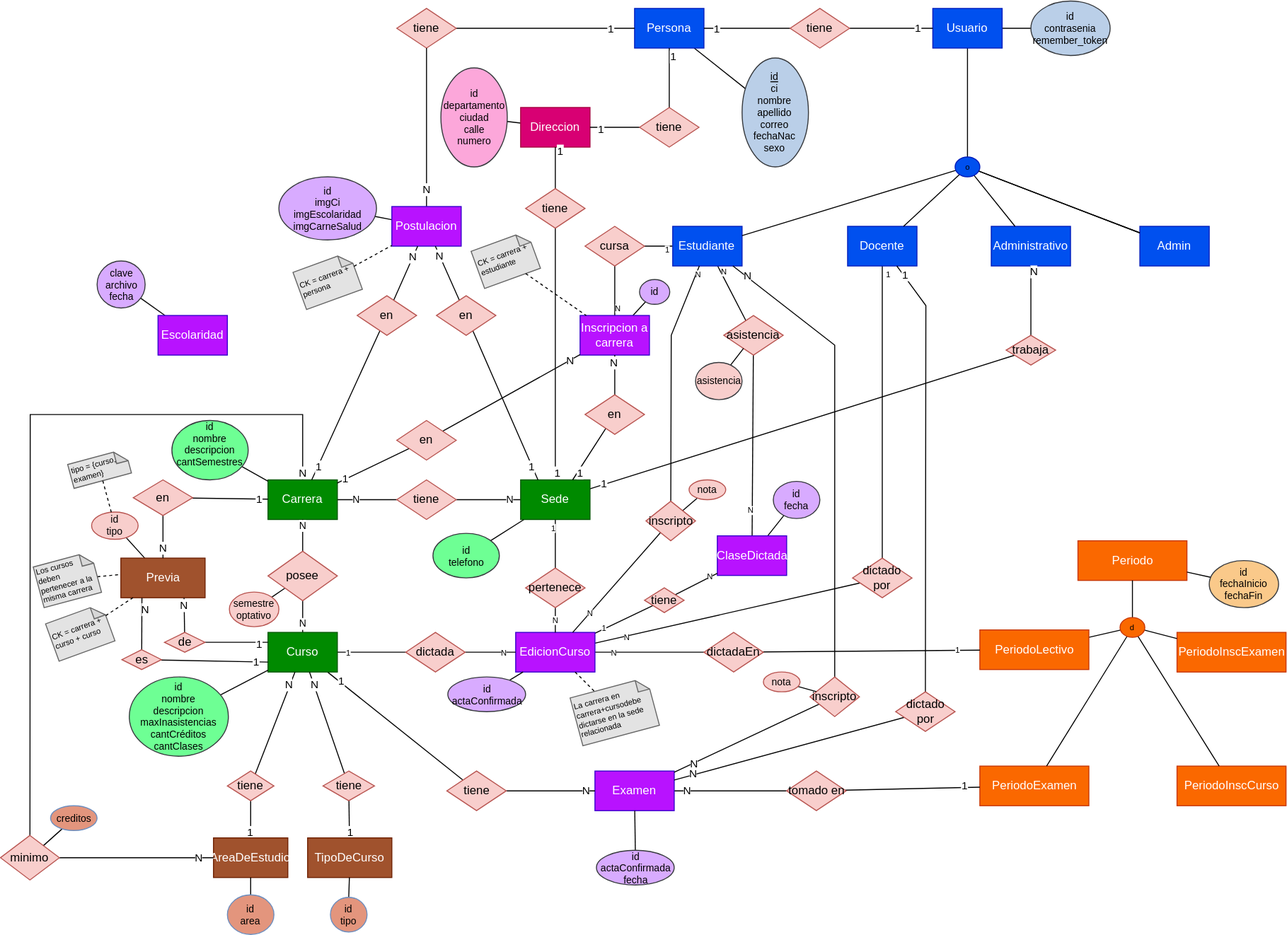
This is documentacion/base de datos - MER.svg from JotaJota96/bedelia_proyecto_final, a draw.io export, as it was before one commit. Source tidied: cells renumbered, new cells last; positions are measured from the earlier drawing's top-left corner, leaving out a move shared by most shapes.
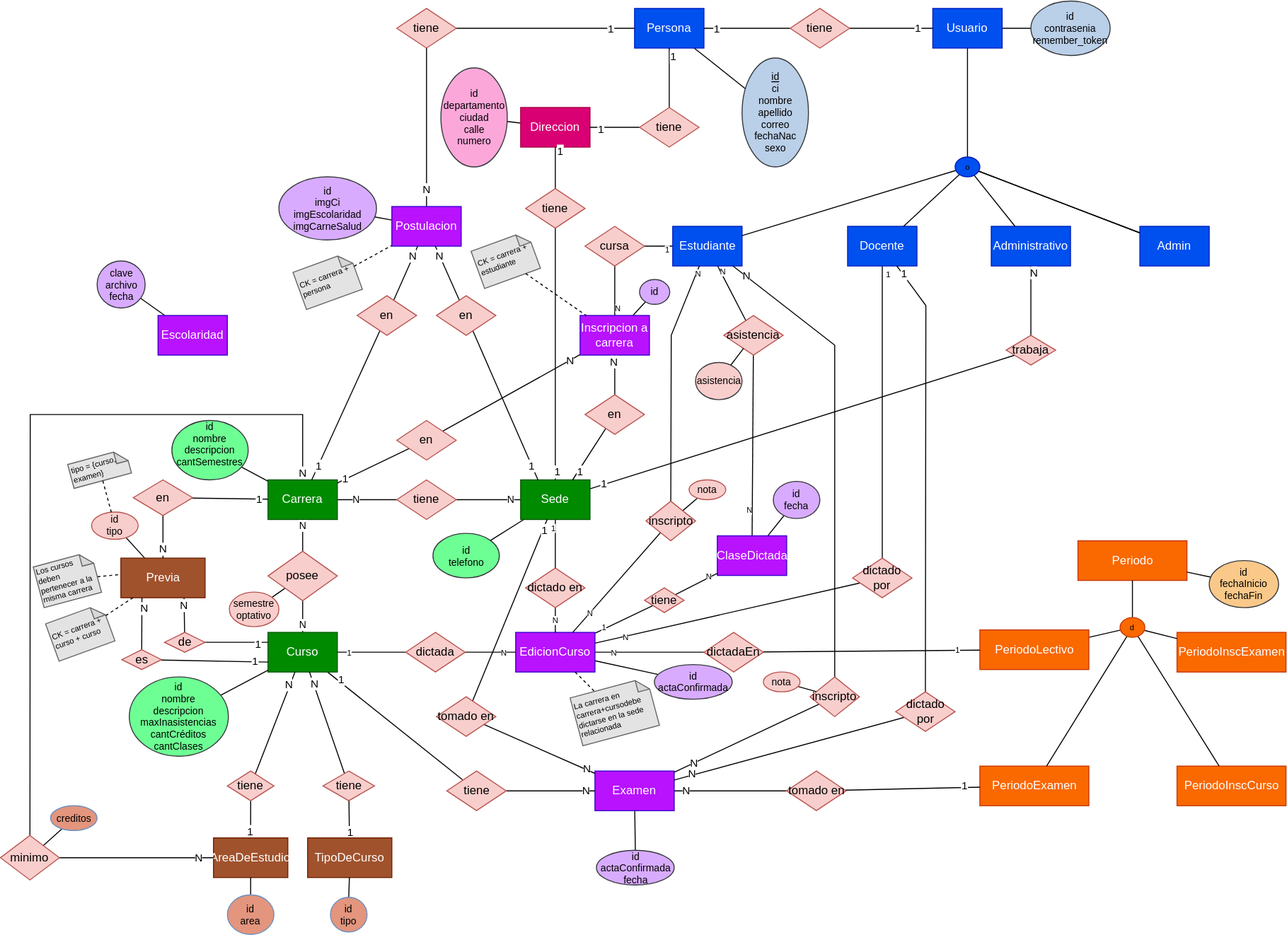
Above is the later version.

Commit message:
correccion en migraciones y mas datos de prueba

What changed in the source:
```diff
@@ -337,7 +337,7 @@
     <mxCell id="105" value="N" style="edgeStyle=none;rounded=0;jettySize=auto;html=1;endArrow=none;endFill=0;fontSize=8;fontColor=#000000;" parent="1" edge="1" source="106" target="84">
       <mxGeometry relative="1" as="geometry" />
     </mxCell>
-    <mxCell id="106" value="pertenece" style="rhombus;whiteSpace=wrap;html=1;fillColor=#f8cecc;strokeColor=#b85450;fontColor=#000000;" parent="1" vertex="1">
+    <mxCell id="106" value="dictado en" style="rhombus;whiteSpace=wrap;html=1;fillColor=#f8cecc;strokeColor=#b85450;fontColor=#000000;" parent="1" vertex="1">
       <mxGeometry x="530" y="573" width="60" height="40" as="geometry" />
     </mxCell>
     <mxCell id="107" value="dictado por" style="rhombus;whiteSpace=wrap;html=1;fillColor=#f8cecc;strokeColor=#b85450;fontColor=#000000;" parent="1" vertex="1">
@@ -441,7 +441,7 @@
       <mxGeometry relative="1" as="geometry" />
     </mxCell>
     <mxCell id="139" value="&lt;div&gt;id&lt;/div&gt;&lt;div&gt;actaConfirmada&lt;/div&gt;" style="ellipse;whiteSpace=wrap;html=1;strokeColor=#36393d;fontSize=10;fillColor=#D8ABFF;fontColor=#000000;" parent="1" vertex="1">
-      <mxGeometry x="451.5" y="683" width="78.5" height="35" as="geometry" />
+      <mxGeometry x="660" y="670.5" width="78.5" height="35" as="geometry" />
     </mxCell>
     <mxCell id="140" value="Periodo" style="rounded=0;whiteSpace=wrap;html=1;fillColor=#fa6800;strokeColor=#C73500;fontColor=#ffffff;" parent="1" vertex="1">
       <mxGeometry x="1087.5" y="545.5" width="110" height="40" as="geometry" />
@@ -748,5 +748,20 @@
     <mxCell id="236" value="&lt;div&gt;id&lt;/div&gt;" style="ellipse;whiteSpace=wrap;html=1;strokeColor=#36393d;fontSize=10;fillColor=#D8ABFF;fontColor=#000000;" parent="1" vertex="1">
       <mxGeometry x="645" y="281.8" width="30.5" height="25" as="geometry" />
     </mxCell>
+    <mxCell id="237" style="rounded=0;jettySize=auto;html=1;endArrow=none;endFill=0;" parent="1" edge="1" source="241" target="87">
+      <mxGeometry relative="1" as="geometry" />
+    </mxCell>
+    <mxCell id="238" value="N" style="edgeLabel;html=1;align=center;verticalAlign=middle;" parent="237" vertex="1">
+      <mxGeometry x="0.85" y="1" relative="1" as="geometry" />
+    </mxCell>
+    <mxCell id="239" style="edgeStyle=none;rounded=0;jettySize=auto;html=1;endArrow=none;endFill=0;" parent="1" edge="1" source="241" target="15">
+      <mxGeometry relative="1" as="geometry" />
+    </mxCell>
+    <mxCell id="240" value="1" style="edgeLabel;html=1;align=center;verticalAlign=middle;" parent="239" vertex="1">
+      <mxGeometry x="0.89" y="-1" relative="1" as="geometry" />
+    </mxCell>
+    <mxCell id="241" value="tomado en" style="rhombus;whiteSpace=wrap;html=1;fillColor=#f8cecc;strokeColor=#b85450;fontColor=#000000;" parent="1" vertex="1">
+      <mxGeometry x="440" y="703" width="60" height="40" as="geometry" />
+    </mxCell>
   </root>
 </mxGraphModel>
```
